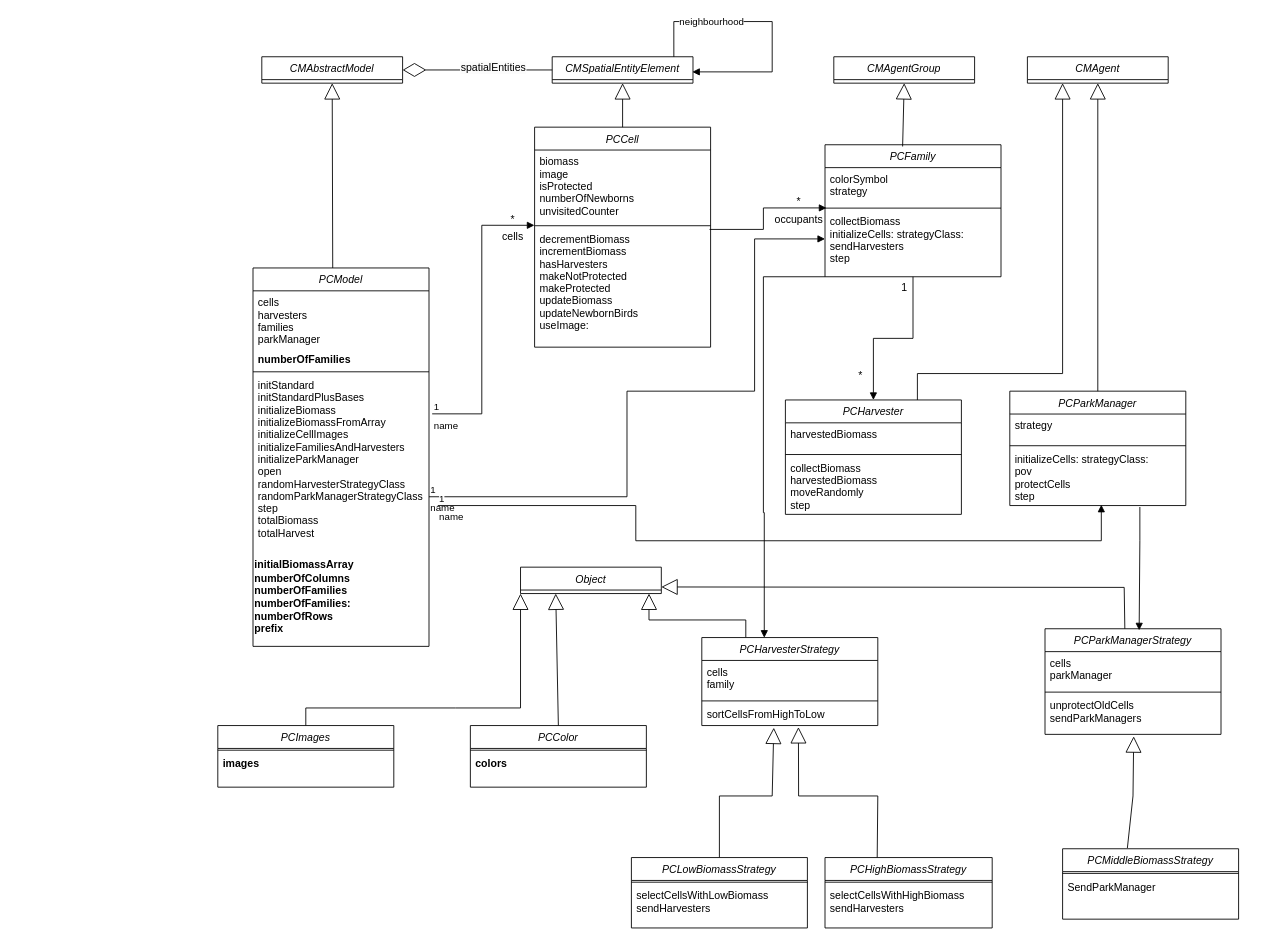
This is Planet C.drawio from jodz4k/UML-diagrams, a draw.io file, before an edit. Source tidied: cells renumbered, new cells numbered last; positions are measured from the earlier drawing's top-left corner, leaving out a move shared by most shapes. Both pictures are drawn from the tidied source at 88%, with x=0, y=0 at pixel (217, 21).
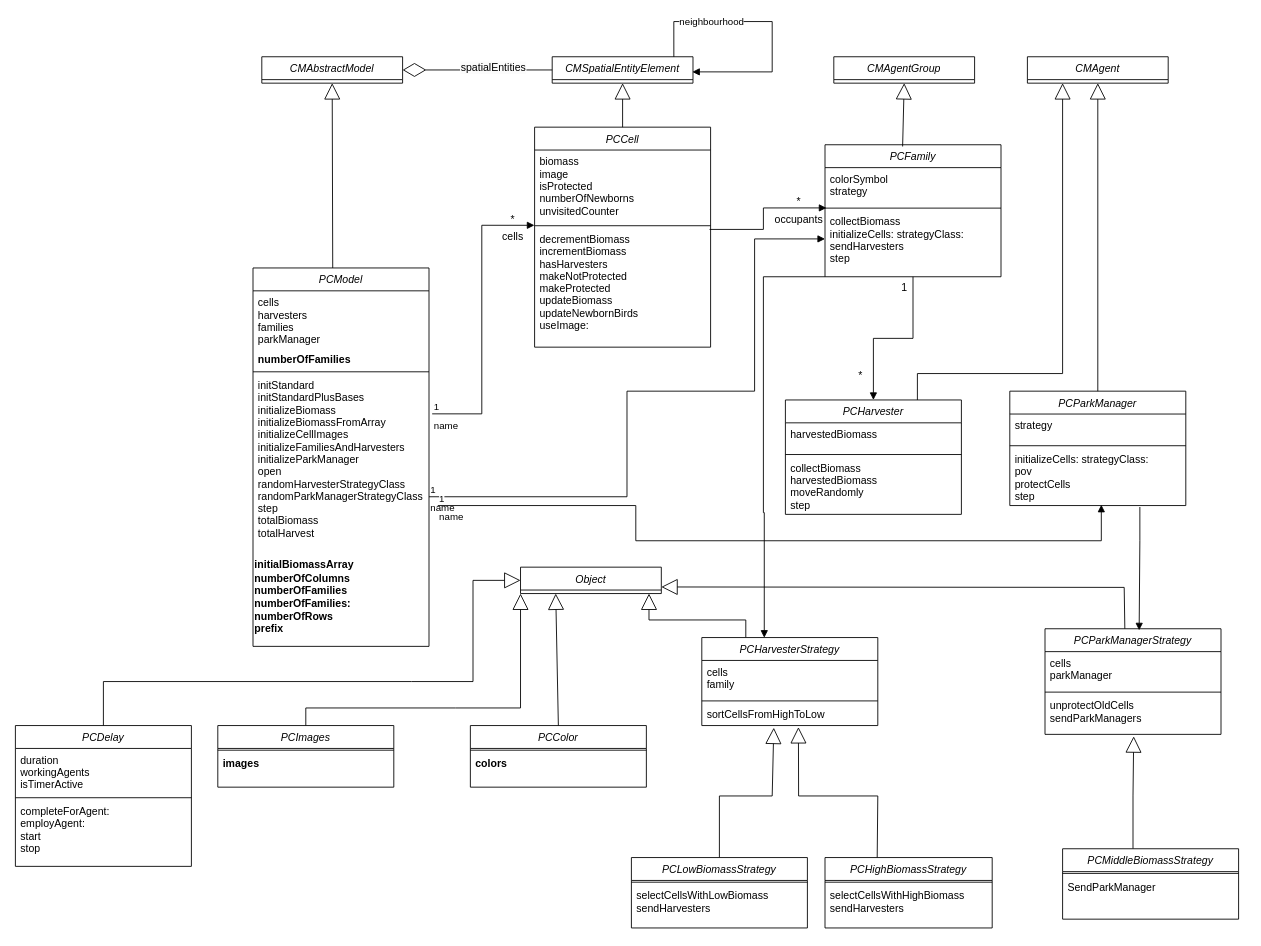
Above is the later version.

Unchanged cells that the change refers to:
```xml
<mxCell id="42" value="Object" style="swimlane;fontStyle=2;align=center;verticalAlign=top;horizontal=1;startSize=26;rounded=0;shadow=0;strokeWidth=1;" parent="1" vertex="1">
  <mxGeometry x="344" y="620" width="160" height="30" as="geometry" />
</mxCell>
<mxCell id="73" value="unprotectOldCells&#10;sendParkManagers" style="text;align=left;verticalAlign=top;spacingLeft=4;spacingRight=4;overflow=hidden;points=[[0,0.5],[1,0.5]];portConstraint=eastwest;" parent="70" vertex="1">
  <mxGeometry y="74" width="200" height="46" as="geometry" />
</mxCell>
<mxCell id="76" value="PCMiddleBiomassStrategy" style="swimlane;fontStyle=2;align=center;verticalAlign=top;horizontal=1;startSize=26;rounded=0;shadow=0;strokeWidth=1;" parent="1" vertex="1">
  <mxGeometry x="960" y="940" width="200" height="80" as="geometry" />
</mxCell>
```

Diff of the diagram source:
```diff
@@
-    <mxCell id="75" style="endArrow=block;endSize=16;endFill=0;html=1;rounded=0;entryX=0.504;entryY=1.049;entryDx=0;entryDy=0;entryPerimeter=0;exitX=0.368;exitY=-0.009;exitDx=0;exitDy=0;exitPerimeter=0;" parent="1" edge="1" source="76" target="73">
+    <mxCell id="75" style="endArrow=block;endSize=16;endFill=0;html=1;rounded=0;entryX=0.504;entryY=1.049;entryDx=0;entryDy=0;entryPerimeter=0;exitX=0.4;exitY=0;exitDx=0;exitDy=0;exitPerimeter=0;" parent="1" edge="1" source="76" target="73">
       <mxGeometry relative="1" as="geometry">
         <Array as="points">
           <mxPoint x="1040" y="880" />
         </Array>
       </mxGeometry>
     </mxCell>
@@
+    <mxCell id="95" value="PCDelay" style="swimlane;fontStyle=2;align=center;verticalAlign=top;horizontal=1;startSize=26;rounded=0;shadow=0;strokeWidth=1;" parent="1" vertex="1">
+      <mxGeometry x="-230" y="800" width="200" height="160" as="geometry" />
+    </mxCell>
+    <mxCell id="96" value="duration&#10;workingAgents&#10;isTimerActive" style="text;align=left;verticalAlign=top;spacingLeft=4;spacingRight=4;overflow=hidden;" parent="95" vertex="1">
+      <mxGeometry y="26" width="200" height="54" as="geometry" />
+    </mxCell>
+    <mxCell id="97" style="line;html=1;strokeWidth=1;align=left;verticalAlign=middle;spacingTop=-1;spacingLeft=3;spacingRight=3;labelPosition=right;" parent="95" vertex="1">
+      <mxGeometry y="80" width="200" height="4" as="geometry" />
+    </mxCell>
+    <mxCell id="98" value="completeForAgent:&#10;employAgent:&#10;start&#10;stop" style="text;align=left;verticalAlign=top;spacingLeft=4;spacingRight=4;overflow=hidden;points=[[0,0.5],[1,0.5]];portConstraint=eastwest;" parent="95" vertex="1">
+      <mxGeometry y="84" width="200" height="76" as="geometry" />
+    </mxCell>
+    <mxCell id="99" style="edgeStyle=orthogonalEdgeStyle;rounded=0;orthogonalLoop=1;jettySize=auto;html=1;exitX=1;exitY=0.5;exitDx=0;exitDy=0;" parent="95" edge="1" source="98" target="98">
+      <mxGeometry relative="1" as="geometry" />
+    </mxCell>
+    <mxCell id="100" style="endArrow=block;endSize=16;endFill=0;html=1;rounded=0;exitX=0.5;exitY=0;exitDx=0;exitDy=0;entryX=0;entryY=0.5;entryDx=0;entryDy=0;" parent="1" edge="1" source="95" target="42">
+      <mxGeometry relative="1" as="geometry">
+        <Array as="points">
+          <mxPoint x="-130" y="750" />
+          <mxPoint x="220" y="750" />
+          <mxPoint x="290" y="750" />
+          <mxPoint x="290" y="635" />
+        </Array>
+      </mxGeometry>
+    </mxCell>
```
